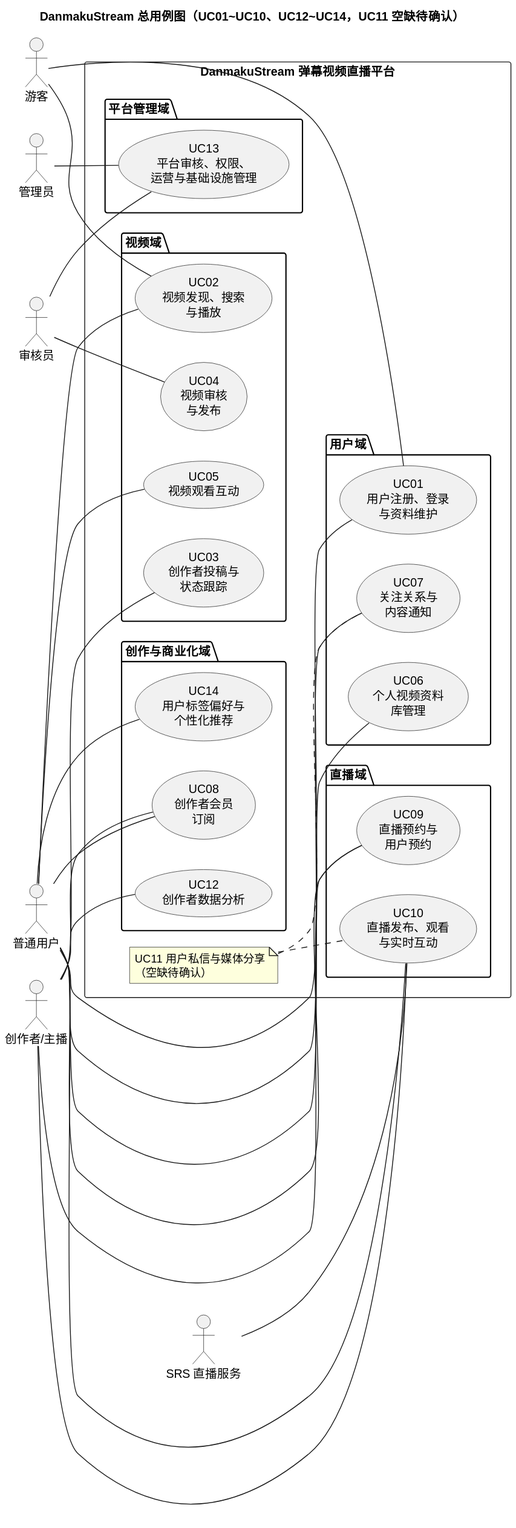
DanmakuStream-Team/DanmakuStream keeps this PlantUML diagram as docs/models/usecase/USECASE-OVERVIEW.svg. Above is the earlier version.
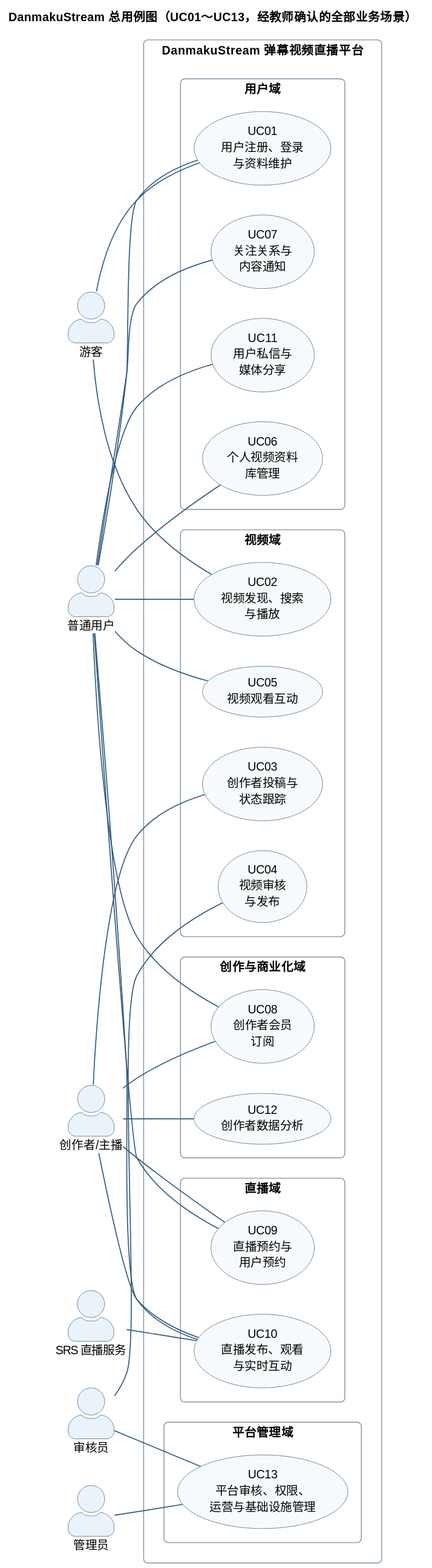
The same diagram one commit later.

Diff of the diagram source:
```diff
@@ -1,5 +1,6 @@
 @startuml
-title DanmakuStream 总用例图（UC01~UC10、UC12~UC14，UC11 空缺待确认）
+!include ../_theme.puml
+title DanmakuStream 总用例图（UC01～UC13，经教师确认的全部业务场景）
 left to right direction
 
 actor "游客" as Guest
@@ -14,6 +15,7 @@
     usecase "UC01\n用户注册、登录\n与资料维护" as UC01
     usecase "UC06\n个人视频资料\n库管理" as UC06
     usecase "UC07\n关注关系与\n内容通知" as UC07
+    usecase "UC11\n用户私信与\n媒体分享" as UC11
   }
   package "视频域" {
     usecase "UC02\n视频发现、搜索\n与播放" as UC02
@@ -24,7 +26,6 @@
   package "创作与商业化域" {
     usecase "UC08\n创作者会员\n订阅" as UC08
     usecase "UC12\n创作者数据分析" as UC12
-    usecase "UC14\n用户标签偏好与\n个性化推荐" as UC14
   }
   package "直播域" {
     usecase "UC09\n直播预约与\n用户预约" as UC09
@@ -33,7 +34,6 @@
   package "平台管理域" {
     usecase "UC13\n平台审核、权限、\n运营与基础设施管理" as UC13
   }
-  note "UC11 用户私信与媒体分享\n（空缺待确认）" as UC11Note
 }
 
 Guest -- UC01
@@ -47,7 +47,7 @@
 User -- UC08
 User -- UC09
 User -- UC10
-User -- UC14
+User -- UC11
 
 Creator -- UC03
 Creator -- UC08
@@ -61,7 +61,4 @@
 Admin -- UC13
 
 SRS -- UC10
-
-UC11Note .. UC07
-UC11Note .. UC10
 @enduml
```
